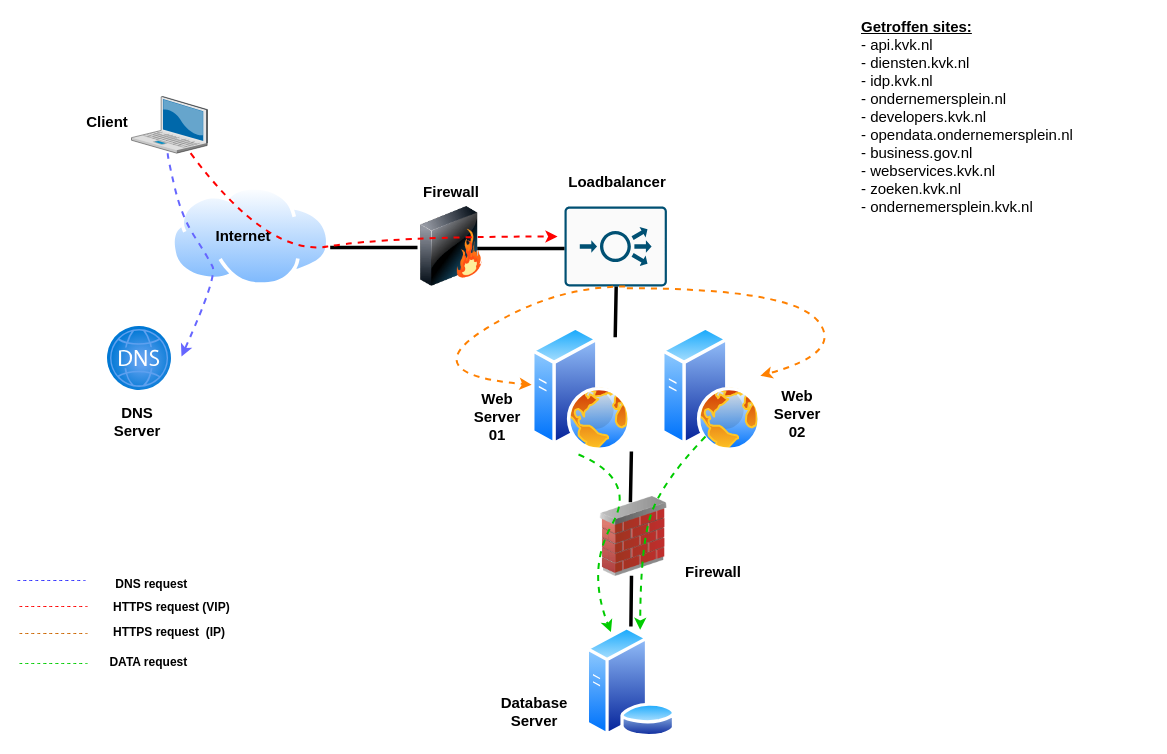
Earlier version of the draw.io diagram anti-DDOS-oplossing.drawio (mhwwas/Terraform). Source tidied: cells renumbered, new cells numbered last; positions are measured from the earlier drawing's top-left corner, leaving out a move shared by most shapes. Both pictures are drawn from the tidied source at 100%, with x=0, y=0 at pixel (17, 96). Pictures stored in the file or linked from it are replaced by grey dashed boxes.
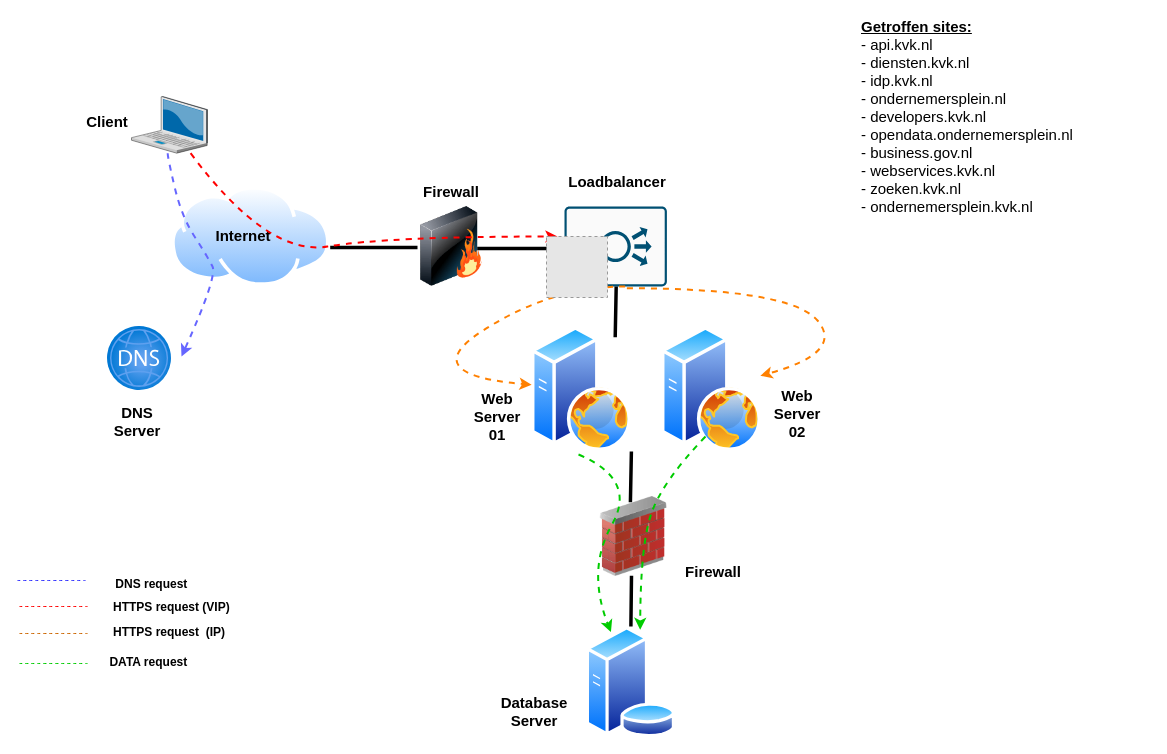
Above is the later version.

Diff of the diagram source:
```diff
@@
+    <mxCell id="41" style="fillColor=#E6E6E6;strokeColor=#999999;dashed=1;html=1;verticalAlign=top;verticalLabelPosition=bottom;labelBackgroundColor=#ffffff;" parent="1" vertex="1">
+      <mxGeometry x="529" y="140" width="61" height="61" as="geometry" />
+    </mxCell>
```
